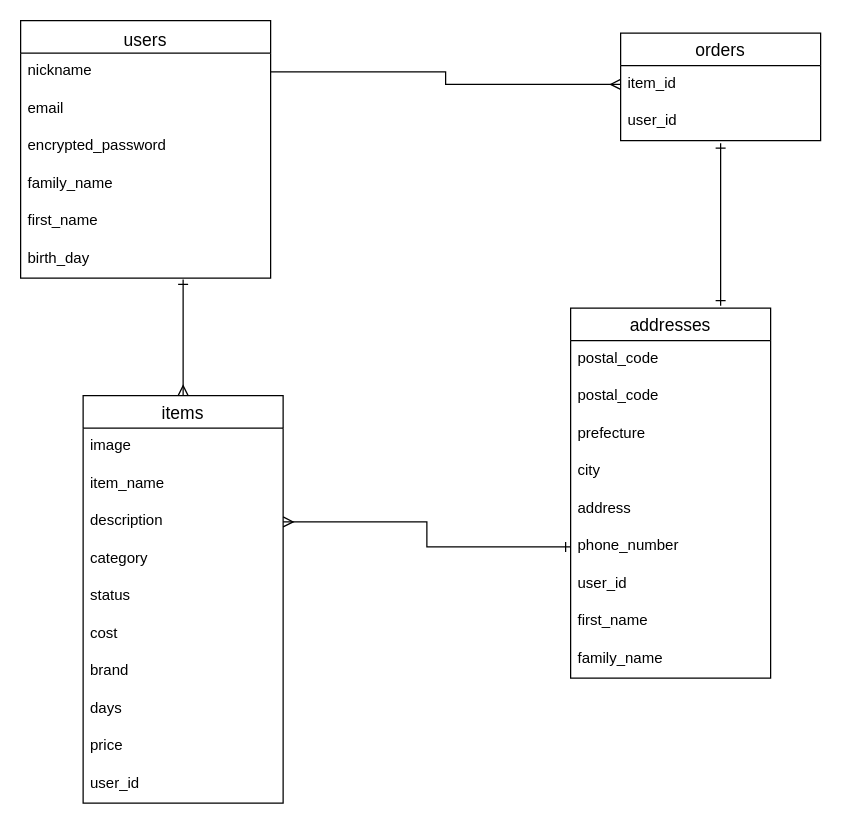
The draw.io diagram ER図.dio in haru3229/furima-35724, before the edit. Source tidied: cells renumbered, new cells numbered last; positions are measured from the earlier drawing's top-left corner, leaving out a move shared by most shapes. Both pictures are drawn from the tidied source at 125%, with x=0, y=0 at pixel (20, 20).
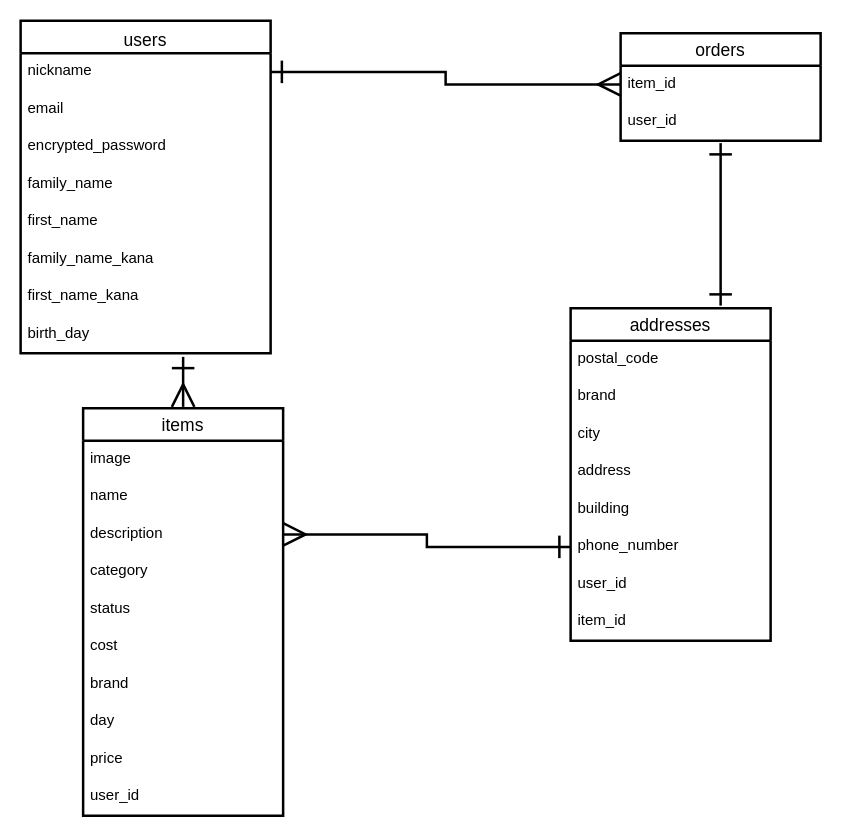
The same diagram, later.

Commit message (it also covers changes not shown here):
ER図描画・README記述（修正）

Unchanged cells that the change refers to:
```xml
<mxCell id="3" value="nickname" style="text;strokeColor=none;fillColor=none;spacingLeft=4;spacingRight=4;overflow=hidden;points=[[0,0.5],[1,0.5]];portConstraint=eastwest;fontSize=12;" parent="2" vertex="1">
  <mxGeometry y="26" width="200" height="30" as="geometry" />
</mxCell>
<mxCell id="10" value="item_id" style="text;strokeColor=none;fillColor=none;spacingLeft=4;spacingRight=4;overflow=hidden;points=[[0,0.5],[1,0.5]];portConstraint=eastwest;fontSize=12;" parent="9" vertex="1">
  <mxGeometry y="26" width="160" height="30" as="geometry" />
</mxCell>
<mxCell id="19" value="phone_number" style="text;strokeColor=none;fillColor=none;spacingLeft=4;spacingRight=4;overflow=hidden;points=[[0,0.5],[1,0.5]];portConstraint=eastwest;fontSize=12;" parent="13" vertex="1">
  <mxGeometry y="176" width="160" height="30" as="geometry" />
</mxCell>
<mxCell id="27" value="description" style="text;strokeColor=none;fillColor=none;spacingLeft=4;spacingRight=4;overflow=hidden;points=[[0,0.5],[1,0.5]];portConstraint=eastwest;fontSize=12;" parent="24" vertex="1">
  <mxGeometry y="86" width="160" height="30" as="geometry" />
</mxCell>
```

The edit, as a diff of the source:
```diff
@@
-    <mxCell id="2" value="users" style="swimlane;fontStyle=0;horizontal=1;startSize=26;align=center;fontSize=14;verticalAlign=bottom;swimlaneLine=1;" parent="1" vertex="1">
-      <mxGeometry width="200" height="206" as="geometry" />
+    <mxCell id="2" value="users" style="swimlane;fontStyle=0;horizontal=1;startSize=26;align=center;fontSize=14;verticalAlign=bottom;swimlaneLine=1;strokeWidth=2;" parent="1" vertex="1">
+      <mxGeometry width="200" height="266" as="geometry" />
     </mxCell>
@@
+    <mxCell id="37" value="family_name_kana" style="text;strokeColor=none;fillColor=none;spacingLeft=4;spacingRight=4;overflow=hidden;fontSize=12;" parent="2" vertex="1">
+      <mxGeometry y="176" width="200" height="30" as="geometry" />
+    </mxCell>
-    <mxCell id="8" value="birth_day" style="text;strokeColor=none;fillColor=none;spacingLeft=4;spacingRight=4;overflow=hidden;fontSize=12;" parent="2" vertex="1">
-      <mxGeometry y="176" width="200" height="30" as="geometry" />
+    <mxCell id="8" value="first_name_kana" style="text;strokeColor=none;fillColor=none;spacingLeft=4;spacingRight=4;overflow=hidden;fontSize=12;" parent="2" vertex="1">
+      <mxGeometry y="206" width="200" height="30" as="geometry" />
     </mxCell>
+    <mxCell id="38" value="birth_day" style="text;strokeColor=none;fillColor=none;spacingLeft=4;spacingRight=4;overflow=hidden;fontSize=12;" parent="2" vertex="1">
+      <mxGeometry y="236" width="200" height="30" as="geometry" />
+    </mxCell>
-    <mxCell id="9" value="orders" style="swimlane;fontStyle=0;horizontal=1;startSize=26;align=center;fontSize=14;" parent="1" vertex="1">
+    <mxCell id="9" value="orders" style="swimlane;fontStyle=0;horizontal=1;startSize=26;align=center;fontSize=14;strokeWidth=2;" parent="1" vertex="1">
       <mxGeometry x="480" y="10" width="160" height="86" as="geometry" />
     </mxCell>
@@
-    <mxCell id="12" style="edgeStyle=orthogonalEdgeStyle;rounded=0;orthogonalLoop=1;jettySize=auto;html=1;exitX=0.75;exitY=0;exitDx=0;exitDy=0;endArrow=ERone;endFill=0;startArrow=ERone;startFill=0;" parent="1" edge="1">
+    <mxCell id="12" style="edgeStyle=orthogonalEdgeStyle;rounded=0;orthogonalLoop=1;jettySize=auto;html=1;exitX=0.75;exitY=0;exitDx=0;exitDy=0;endArrow=ERone;endFill=0;startArrow=ERone;startFill=0;endSize=15;startSize=15;strokeWidth=2;" parent="1" edge="1">
       <mxGeometry relative="1" as="geometry">
         <mxPoint x="560" y="228" as="sourcePoint" />
         <mxPoint x="560" y="98" as="targetPoint" />
       </mxGeometry>
     </mxCell>
-    <mxCell id="13" value="addresses" style="swimlane;fontStyle=0;horizontal=1;startSize=26;align=center;fontSize=14;" parent="1" vertex="1">
-      <mxGeometry x="440" y="230" width="160" height="296" as="geometry" />
+    <mxCell id="13" value="addresses" style="swimlane;fontStyle=0;horizontal=1;startSize=26;align=center;fontSize=14;strokeWidth=2;" parent="1" vertex="1">
+      <mxGeometry x="440" y="230" width="160" height="266" as="geometry" />
     </mxCell>
@@
-    <mxCell id="15" value="postal_code" style="text;strokeColor=none;fillColor=none;spacingLeft=4;spacingRight=4;overflow=hidden;fontSize=12;" parent="13" vertex="1">
-      <mxGeometry y="56" width="160" height="30" as="geometry" />
-    </mxCell>
-    <mxCell id="16" value="prefecture" style="text;strokeColor=none;fillColor=none;spacingLeft=4;spacingRight=4;overflow=hidden;fontSize=12;" parent="13" vertex="1">
-      <mxGeometry y="86" width="160" height="30" as="geometry" />
+    <mxCell id="16" value="brand" style="text;strokeColor=none;fillColor=none;spacingLeft=4;spacingRight=4;overflow=hidden;fontSize=12;" parent="13" vertex="1">
+      <mxGeometry y="56" width="160" height="30" as="geometry" />
     </mxCell>
     <mxCell id="17" value="city" style="text;strokeColor=none;fillColor=none;spacingLeft=4;spacingRight=4;overflow=hidden;fontSize=12;" parent="13" vertex="1">
-      <mxGeometry y="116" width="160" height="30" as="geometry" />
+      <mxGeometry y="86" width="160" height="30" as="geometry" />
     </mxCell>
     <mxCell id="18" value="address" style="text;strokeColor=none;fillColor=none;spacingLeft=4;spacingRight=4;overflow=hidden;fontSize=12;" parent="13" vertex="1">
-      <mxGeometry y="146" width="160" height="30" as="geometry" />
+      <mxGeometry y="116" width="160" height="30" as="geometry" />
     </mxCell>
+    <mxCell id="39" value="building" style="text;strokeColor=none;fillColor=none;spacingLeft=4;spacingRight=4;overflow=hidden;fontSize=12;" parent="13" vertex="1">
+      <mxGeometry y="146" width="160" height="30" as="geometry" />
+    </mxCell>
@@
-    <mxCell id="21" value="first_name" style="text;strokeColor=none;fillColor=none;spacingLeft=4;spacingRight=4;overflow=hidden;fontSize=12;" parent="13" vertex="1">
-      <mxGeometry y="236" width="160" height="30" as="geometry" />
-    </mxCell>
-    <mxCell id="22" value="family_name" style="text;strokeColor=none;fillColor=none;spacingLeft=4;spacingRight=4;overflow=hidden;fontSize=12;" parent="13" vertex="1">
-      <mxGeometry y="266" width="160" height="30" as="geometry" />
+    <mxCell id="22" value="item_id" style="text;strokeColor=none;fillColor=none;spacingLeft=4;spacingRight=4;overflow=hidden;fontSize=12;" parent="13" vertex="1">
+      <mxGeometry y="236" width="160" height="30" as="geometry" />
     </mxCell>
-    <mxCell id="23" style="edgeStyle=orthogonalEdgeStyle;rounded=0;jettySize=auto;html=1;endArrow=ERone;endFill=0;startArrow=ERmany;startFill=0;exitX=0.5;exitY=0;exitDx=0;exitDy=0;" parent="1" edge="1" source="24">
+    <mxCell id="23" style="edgeStyle=orthogonalEdgeStyle;rounded=0;orthogonalLoop=1;jettySize=auto;html=1;endArrow=ERone;endFill=0;startArrow=ERmany;startFill=0;exitX=0.5;exitY=0;exitDx=0;exitDy=0;strokeWidth=2;endSize=15;startSize=15;" parent="1" edge="1">
       <mxGeometry relative="1" as="geometry">
-        <mxPoint x="130" y="207" as="targetPoint" />
+        <mxPoint x="130" y="309" as="sourcePoint" />
+        <mxPoint x="130" y="269" as="targetPoint" />
       </mxGeometry>
     </mxCell>
-    <mxCell id="24" value="items" style="swimlane;fontStyle=0;horizontal=1;startSize=26;align=center;fontSize=14;" parent="1" vertex="1">
-      <mxGeometry x="50" y="300" width="160" height="326" as="geometry" />
+    <mxCell id="24" value="items" style="swimlane;fontStyle=0;horizontal=1;startSize=26;align=center;fontSize=14;strokeWidth=2;" parent="1" vertex="1">
+      <mxGeometry x="50" y="310" width="160" height="326" as="geometry" />
     </mxCell>
@@
-    <mxCell id="26" value="item_name" style="text;strokeColor=none;fillColor=none;spacingLeft=4;spacingRight=4;overflow=hidden;fontSize=12;" parent="24" vertex="1">
+    <mxCell id="26" value="name" style="text;strokeColor=none;fillColor=none;spacingLeft=4;spacingRight=4;overflow=hidden;fontSize=12;" parent="24" vertex="1">
       <mxGeometry y="56" width="160" height="30" as="geometry" />
     </mxCell>
@@
-    <mxCell id="32" value="days" style="text;strokeColor=none;fillColor=none;spacingLeft=4;spacingRight=4;overflow=hidden;fontSize=12;" parent="24" vertex="1">
+    <mxCell id="32" value="day" style="text;strokeColor=none;fillColor=none;spacingLeft=4;spacingRight=4;overflow=hidden;fontSize=12;" parent="24" vertex="1">
       <mxGeometry y="236" width="160" height="30" as="geometry" />
     </mxCell>
@@
-    <mxCell id="35" style="edgeStyle=orthogonalEdgeStyle;rounded=0;jettySize=auto;html=1;exitX=1;exitY=0.5;exitDx=0;exitDy=0;entryX=0;entryY=0.5;entryDx=0;entryDy=0;endArrow=ERmany;endFill=0;" parent="1" edge="1" source="3" target="10">
+    <mxCell id="35" style="edgeStyle=orthogonalEdgeStyle;rounded=0;jettySize=auto;html=1;exitX=1;exitY=0.5;exitDx=0;exitDy=0;entryX=0;entryY=0.5;entryDx=0;entryDy=0;endArrow=ERmany;endFill=0;startArrow=ERone;startFill=0;endSize=15;strokeWidth=2;startSize=15;" parent="1" edge="1" source="3" target="10">
       <mxGeometry relative="1" as="geometry" />
     </mxCell>
-    <mxCell id="36" style="edgeStyle=orthogonalEdgeStyle;rounded=0;jettySize=auto;html=1;exitX=1;exitY=0.5;exitDx=0;exitDy=0;startArrow=ERmany;startFill=0;endArrow=ERone;endFill=0;entryX=0;entryY=0.5;entryDx=0;entryDy=0;" parent="1" edge="1" source="27" target="19">
+    <mxCell id="36" style="edgeStyle=orthogonalEdgeStyle;rounded=0;jettySize=auto;html=1;exitX=1;exitY=0.5;exitDx=0;exitDy=0;startArrow=ERmany;startFill=0;endArrow=ERone;endFill=0;entryX=0;entryY=0.5;entryDx=0;entryDy=0;endSize=15;startSize=15;strokeWidth=2;" parent="1" edge="1" source="27" target="19">
       <mxGeometry relative="1" as="geometry" />
     </mxCell>
```
